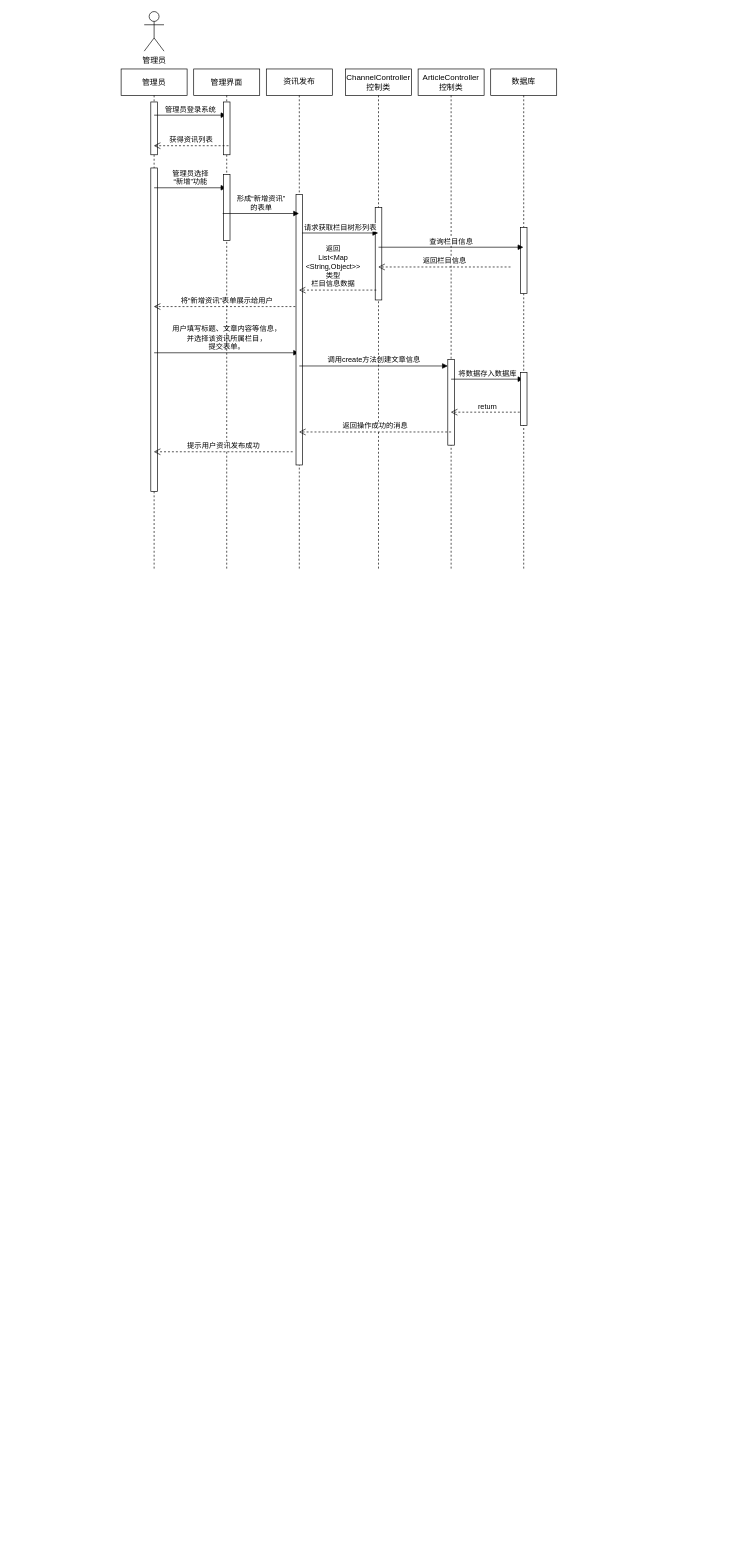
This is Untitled Diagram.drawio from nie1466410548/hello-world, a draw.io file, before an edit. Source tidied: cells renumbered, new cells numbered last; positions are measured from the earlier drawing's top-left corner, leaving out a move shared by most shapes. Both pictures are drawn from the tidied source at 66%, with x=0, y=0 at pixel (121, 11).
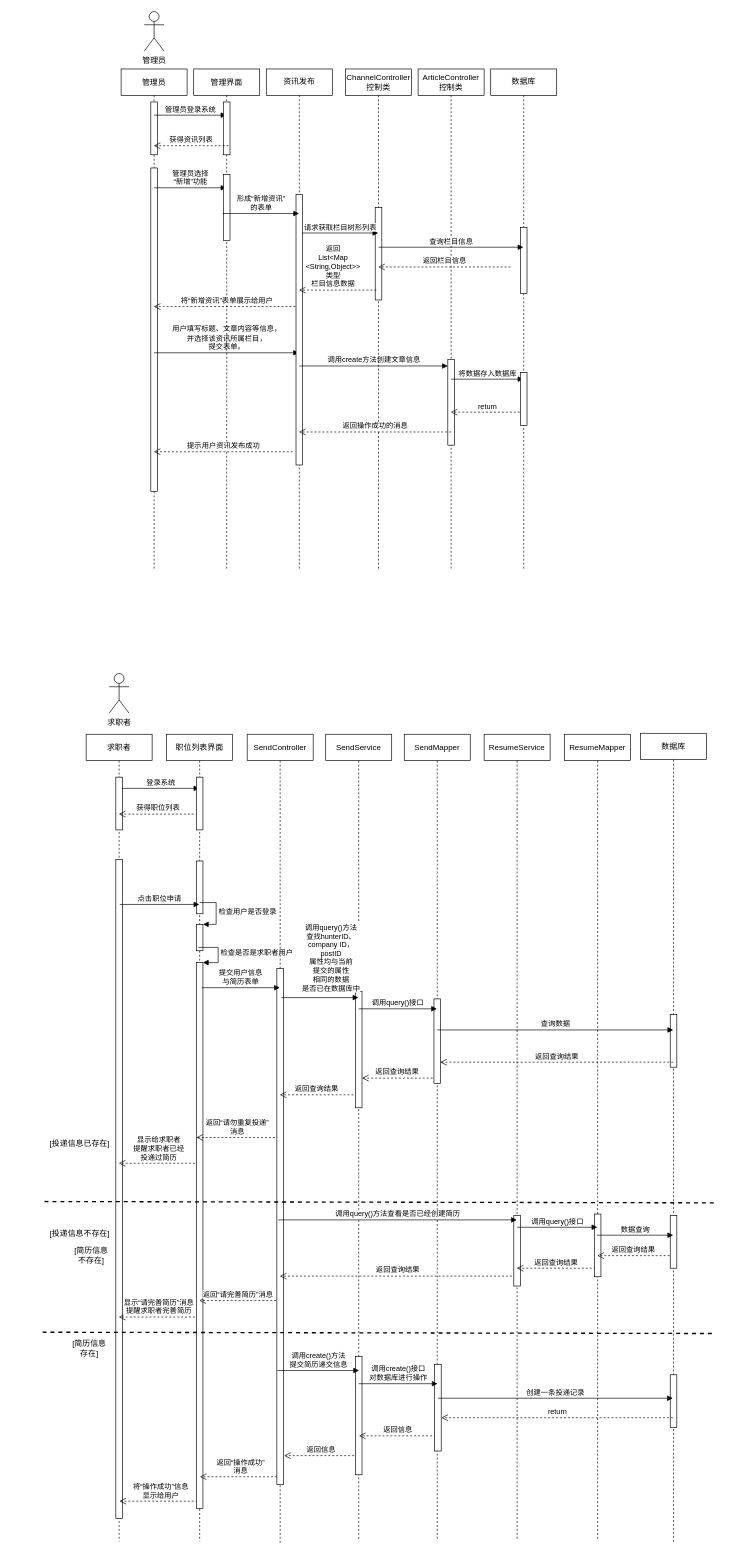
The same diagram, later.

What changed in the source:
```diff
@@
+    <mxCell id="33" value="求职者" style="shape=umlLifeline;perimeter=lifelinePerimeter;whiteSpace=wrap;html=1;outlineConnect=0;" parent="1" vertex="1">
+      <mxGeometry x="-53" y="1095" width="100" height="1223" as="geometry" />
+    </mxCell>
+    <mxCell id="34" style="html=1;perimeter=orthogonalPerimeter;" parent="33" vertex="1">
+      <mxGeometry x="45" y="65" width="10" height="80" as="geometry" />
+    </mxCell>
+    <mxCell id="35" value="登录系统" style="html=1;verticalAlign=bottom;endArrow=block;rounded=0;" parent="33" edge="1" target="43">
+      <mxGeometry relative="1" as="geometry">
+        <mxPoint x="54" y="82" as="sourcePoint" />
+      </mxGeometry>
+    </mxCell>
+    <mxCell id="36" value="获得职位列表" style="html=1;verticalAlign=bottom;endArrow=open;dashed=1;endSize=8;rounded=0;" parent="33" edge="1" target="33">
+      <mxGeometry relative="1" as="geometry">
+        <mxPoint x="169" y="121" as="sourcePoint" />
+      </mxGeometry>
+    </mxCell>
+    <mxCell id="37" style="html=1;points=[];perimeter=orthogonalPerimeter;" parent="33" vertex="1">
+      <mxGeometry x="45" y="190" width="10" height="998" as="geometry" />
+    </mxCell>
+    <mxCell id="38" value="显示给求职者&lt;br&gt;提醒求职者已经&lt;br&gt;投递过简历" style="html=1;verticalAlign=bottom;endArrow=open;dashed=1;endSize=8;rounded=0;strokeWidth=1;" parent="33" edge="1" target="33">
+      <mxGeometry relative="1" as="geometry">
+        <mxPoint x="171" y="650" as="sourcePoint" />
+      </mxGeometry>
+    </mxCell>
+    <mxCell id="39" value="[投递信息不存在]" style="text;html=1;strokeColor=none;fillColor=none;align=center;verticalAlign=middle;whiteSpace=wrap;rounded=0;" parent="33" vertex="1">
+      <mxGeometry x="-57" y="747" width="95" height="18" as="geometry" />
+    </mxCell>
+    <mxCell id="40" value="将“操作成功”信息&lt;br&gt;显示给用户" style="html=1;verticalAlign=bottom;endArrow=open;dashed=1;endSize=8;rounded=0;strokeWidth=1;" parent="33" edge="1">
+      <mxGeometry relative="1" as="geometry">
+        <mxPoint x="175" y="1162" as="sourcePoint" />
+        <mxPoint x="50.4" y="1162" as="targetPoint" />
+      </mxGeometry>
+    </mxCell>
+    <mxCell id="41" value="显示“请完善简历”消息&lt;br&gt;提醒求职者完善简历" style="html=1;verticalAlign=bottom;endArrow=open;dashed=1;endSize=8;rounded=0;strokeWidth=1;" parent="33" edge="1" target="33">
+      <mxGeometry relative="1" as="geometry">
+        <mxPoint x="171" y="883" as="sourcePoint" />
+      </mxGeometry>
+    </mxCell>
+    <mxCell id="42" value="[简历信息不存在]" style="text;html=1;strokeColor=none;fillColor=none;align=center;verticalAlign=middle;whiteSpace=wrap;rounded=0;" parent="33" vertex="1">
+      <mxGeometry x="-22" y="775" width="60" height="30" as="geometry" />
+    </mxCell>
+    <mxCell id="43" value="职位列表界面" style="shape=umlLifeline;perimeter=lifelinePerimeter;whiteSpace=wrap;html=1;outlineConnect=0;" parent="1" vertex="1">
+      <mxGeometry x="69" y="1095" width="100" height="1223" as="geometry" />
+    </mxCell>
+    <mxCell id="44" style="html=1;perimeter=orthogonalPerimeter;" parent="43" vertex="1">
+      <mxGeometry x="45" y="65" width="10" height="80" as="geometry" />
+    </mxCell>
+    <mxCell id="45" style="html=1;perimeter=orthogonalPerimeter;" parent="43" vertex="1">
+      <mxGeometry x="45" y="192" width="10" height="80" as="geometry" />
+    </mxCell>
+    <mxCell id="46" style="html=1;points=[];perimeter=orthogonalPerimeter;" parent="43" vertex="1">
+      <mxGeometry x="45" y="288" width="10" height="40" as="geometry" />
+    </mxCell>
+    <mxCell id="47" value="检查用户是否登录" style="edgeStyle=orthogonalEdgeStyle;html=1;align=left;spacingLeft=2;endArrow=block;rounded=0;entryX=1;entryY=0;" parent="43" edge="1" target="46">
+      <mxGeometry relative="1" as="geometry">
+        <mxPoint x="50" y="255" as="sourcePoint" />
+        <Array as="points">
+          <mxPoint x="75" y="255" />
+        </Array>
+      </mxGeometry>
+    </mxCell>
+    <mxCell id="48" style="html=1;points=[];perimeter=orthogonalPerimeter;" parent="43" vertex="1">
+      <mxGeometry x="45" y="346" width="10" height="827" as="geometry" />
+    </mxCell>
+    <mxCell id="49" value="检查是否是求职者用户" style="edgeStyle=orthogonalEdgeStyle;html=1;align=left;spacingLeft=2;endArrow=block;rounded=0;entryX=1;entryY=0;" parent="43" edge="1" target="48">
+      <mxGeometry relative="1" as="geometry">
+        <mxPoint x="48" y="323" as="sourcePoint" />
+        <Array as="points">
+          <mxPoint x="78" y="323" />
+        </Array>
+      </mxGeometry>
+    </mxCell>
+    <mxCell id="50" value="返回“请勿重复投递”&lt;br&gt;消息" style="html=1;verticalAlign=bottom;endArrow=open;dashed=1;endSize=8;rounded=0;strokeWidth=1;" parent="43" edge="1">
+      <mxGeometry relative="1" as="geometry">
+        <mxPoint x="170" y="611" as="sourcePoint" />
+        <mxPoint x="45" y="611" as="targetPoint" />
+      </mxGeometry>
+    </mxCell>
+    <mxCell id="51" value="返回“操作成功”&lt;br&gt;消息" style="html=1;verticalAlign=bottom;endArrow=open;dashed=1;endSize=8;rounded=0;strokeWidth=1;" parent="43" edge="1">
+      <mxGeometry relative="1" as="geometry">
+        <mxPoint x="173" y="1125" as="sourcePoint" />
+        <mxPoint x="50.4" y="1125" as="targetPoint" />
+      </mxGeometry>
+    </mxCell>
+    <mxCell id="52" value="SendController" style="shape=umlLifeline;perimeter=lifelinePerimeter;whiteSpace=wrap;html=1;outlineConnect=0;" parent="1" vertex="1">
+      <mxGeometry x="191" y="1095" width="100" height="1226" as="geometry" />
+    </mxCell>
+    <mxCell id="53" style="html=1;points=[];perimeter=orthogonalPerimeter;" parent="52" vertex="1">
+      <mxGeometry x="45" y="355" width="10" height="782" as="geometry" />
+    </mxCell>
+    <mxCell id="54" value="返回信息" style="html=1;verticalAlign=bottom;endArrow=open;dashed=1;endSize=8;rounded=0;strokeWidth=1;" parent="52" edge="1">
+      <mxGeometry relative="1" as="geometry">
+        <mxPoint x="168" y="1093" as="sourcePoint" />
+        <mxPoint x="56" y="1093" as="targetPoint" />
+      </mxGeometry>
+    </mxCell>
+    <mxCell id="55" value="求职者" style="shape=umlActor;verticalLabelPosition=bottom;verticalAlign=top;html=1;" parent="1" vertex="1">
+      <mxGeometry x="-18" y="1003" width="30" height="60" as="geometry" />
+    </mxCell>
+    <mxCell id="56" value="SendService" style="shape=umlLifeline;perimeter=lifelinePerimeter;whiteSpace=wrap;html=1;outlineConnect=0;" parent="1" vertex="1">
+      <mxGeometry x="310" y="1095" width="100" height="1221" as="geometry" />
+    </mxCell>
+    <mxCell id="57" style="html=1;points=[];perimeter=orthogonalPerimeter;" parent="56" vertex="1">
+      <mxGeometry x="45" y="390" width="10" height="176" as="geometry" />
+    </mxCell>
+    <mxCell id="58" value="返回查询结果" style="html=1;verticalAlign=bottom;endArrow=open;dashed=1;endSize=8;rounded=0;" parent="56" edge="1" target="57">
+      <mxGeometry relative="1" as="geometry">
+        <mxPoint x="162" y="521" as="sourcePoint" />
+      </mxGeometry>
+    </mxCell>
+    <mxCell id="59" style="html=1;perimeter=orthogonalPerimeter;" parent="56" vertex="1">
+      <mxGeometry x="45" y="943" width="10" height="179" as="geometry" />
+    </mxCell>
+    <mxCell id="60" value="返回信息" style="html=1;verticalAlign=bottom;endArrow=open;dashed=1;endSize=8;rounded=0;strokeWidth=1;" parent="56" edge="1">
+      <mxGeometry relative="1" as="geometry">
+        <mxPoint x="167" y="1063" as="sourcePoint" />
+        <mxPoint x="50.4" y="1063" as="targetPoint" />
+      </mxGeometry>
+    </mxCell>
+    <mxCell id="61" value="SendMapper" style="shape=umlLifeline;perimeter=lifelinePerimeter;whiteSpace=wrap;html=1;outlineConnect=0;" parent="1" vertex="1">
+      <mxGeometry x="429" y="1095" width="100" height="1222" as="geometry" />
+    </mxCell>
+    <mxCell id="62" style="html=1;points=[];perimeter=orthogonalPerimeter;" parent="61" vertex="1">
+      <mxGeometry x="45" y="401" width="10" height="128" as="geometry" />
+    </mxCell>
+    <mxCell id="63" style="html=1;points=[];perimeter=orthogonalPerimeter;" parent="61" vertex="1">
+      <mxGeometry x="46" y="955" width="10" height="131" as="geometry" />
+    </mxCell>
+    <mxCell id="64" value="返回查询结果" style="html=1;verticalAlign=bottom;endArrow=open;dashed=1;endSize=8;rounded=0;strokeWidth=1;" parent="61" edge="1" target="52">
+      <mxGeometry relative="1" as="geometry">
+        <mxPoint x="169" y="821" as="sourcePoint" />
+      </mxGeometry>
+    </mxCell>
+    <mxCell id="65" value="数据库" style="shape=umlLifeline;perimeter=lifelinePerimeter;whiteSpace=wrap;html=1;outlineConnect=0;" parent="1" vertex="1">
+      <mxGeometry x="787" y="1093.5" width="100" height="1226" as="geometry" />
+    </mxCell>
+    <mxCell id="66" style="html=1;perimeter=orthogonalPerimeter;" parent="65" vertex="1">
+      <mxGeometry x="45" y="426" width="10" height="80" as="geometry" />
+    </mxCell>
+    <mxCell id="67" style="html=1;perimeter=orthogonalPerimeter;" parent="65" vertex="1">
+      <mxGeometry x="45" y="972" width="10" height="80" as="geometry" />
+    </mxCell>
+    <mxCell id="68" style="html=1;perimeter=orthogonalPerimeter;" parent="65" vertex="1">
+      <mxGeometry x="45" y="730.5" width="10" height="80" as="geometry" />
+    </mxCell>
+    <mxCell id="69" style="endArrow=none;html=1;rounded=0;dashed=1;strokeWidth=2;" parent="65" edge="1">
+      <mxGeometry relative="1" as="geometry">
+        <mxPoint x="-906" y="907.5" as="sourcePoint" />
+        <mxPoint x="113" y="909.5" as="targetPoint" />
+      </mxGeometry>
+    </mxCell>
+    <mxCell id="70" style="html=1;align=left;verticalAlign=bottom;" parent="69" vertex="1">
+      <mxGeometry x="-1" relative="1" as="geometry">
+        <mxPoint x="-47" y="13" as="offset" />
+      </mxGeometry>
+    </mxCell>
+    <mxCell id="71" style="html=1;align=right;verticalAlign=bottom;" parent="69" vertex="1">
+      <mxGeometry x="1" relative="1" as="geometry" />
+    </mxCell>
+    <mxCell id="72" value="点击职位申请" style="html=1;verticalAlign=bottom;endArrow=block;rounded=0;exitX=0.6;exitY=0.068;exitDx=0;exitDy=0;exitPerimeter=0;" parent="1" edge="1" source="37" target="43">
+      <mxGeometry relative="1" as="geometry" />
+    </mxCell>
+    <mxCell id="73" value="提交用户信息&lt;br&gt;与简历表单" style="html=1;verticalAlign=bottom;endArrow=block;rounded=0;" parent="1" edge="1" target="52">
+      <mxGeometry relative="1" as="geometry">
+        <mxPoint x="122" y="1479" as="sourcePoint" />
+      </mxGeometry>
+    </mxCell>
+    <mxCell id="74" value="调用query()方法&lt;br&gt;查找hunterID、&lt;br&gt;company ID，&lt;br&gt;postID&lt;br&gt;属性均与当前&lt;br&gt;提交的属性&lt;br&gt;相同的数据&lt;br&gt;是否已在数据库中" style="html=1;verticalAlign=bottom;endArrow=block;rounded=0;" parent="1" edge="1" target="56">
+      <mxGeometry x="0.29" y="5" relative="1" as="geometry">
+        <mxPoint x="243" y="1494" as="sourcePoint" />
+      </mxGeometry>
+    </mxCell>
+    <mxCell id="75" value="调用query()接口" style="html=1;verticalAlign=bottom;endArrow=block;rounded=0;" parent="1" edge="1" target="61">
+      <mxGeometry relative="1" as="geometry">
+        <mxPoint x="360" y="1511" as="sourcePoint" />
+      </mxGeometry>
+    </mxCell>
+    <mxCell id="76" value="查询数据" style="html=1;verticalAlign=bottom;endArrow=block;rounded=0;" parent="1" edge="1" target="65">
+      <mxGeometry relative="1" as="geometry">
+        <mxPoint x="479" y="1543" as="sourcePoint" />
+      </mxGeometry>
+    </mxCell>
+    <mxCell id="77" value="返回查询结果" style="html=1;verticalAlign=bottom;endArrow=open;dashed=1;endSize=8;rounded=0;entryX=0.933;entryY=0.749;entryDx=0;entryDy=0;entryPerimeter=0;" parent="1" edge="1" source="65" target="62">
+      <mxGeometry relative="1" as="geometry" />
+    </mxCell>
+    <mxCell id="78" value="返回查询结果" style="html=1;verticalAlign=bottom;endArrow=open;dashed=1;endSize=8;rounded=0;exitX=-0.3;exitY=0.888;exitDx=0;exitDy=0;exitPerimeter=0;" parent="1" edge="1" source="57" target="52">
+      <mxGeometry relative="1" as="geometry" />
+    </mxCell>
+    <mxCell id="79" style="endArrow=none;html=1;rounded=0;dashed=1;strokeWidth=2;" parent="1" edge="1">
+      <mxGeometry relative="1" as="geometry">
+        <mxPoint x="-116" y="1803" as="sourcePoint" />
+        <mxPoint x="903" y="1805" as="targetPoint" />
+      </mxGeometry>
+    </mxCell>
+    <mxCell id="80" style="html=1;align=left;verticalAlign=bottom;" parent="79" vertex="1">
+      <mxGeometry x="-1" relative="1" as="geometry">
+        <mxPoint x="-47" y="13" as="offset" />
+      </mxGeometry>
+    </mxCell>
+    <mxCell id="81" style="html=1;align=right;verticalAlign=bottom;" parent="79" vertex="1">
+      <mxGeometry x="1" relative="1" as="geometry" />
+    </mxCell>
+    <mxCell id="82" value="[投递信息已存在]" style="text;html=1;strokeColor=none;fillColor=none;align=center;verticalAlign=middle;whiteSpace=wrap;rounded=0;" parent="1" vertex="1">
+      <mxGeometry x="-116" y="1712" width="107" height="7" as="geometry" />
+    </mxCell>
+    <mxCell id="83" value="调用create()方法&lt;br&gt;提交简历递交信息" style="html=1;verticalAlign=bottom;endArrow=block;rounded=0;strokeWidth=1;exitX=-0.023;exitY=0.683;exitDx=0;exitDy=0;exitPerimeter=0;" parent="1" edge="1">
+      <mxGeometry relative="1" as="geometry">
+        <mxPoint x="236.8" y="2059" as="sourcePoint" />
+        <mxPoint x="360.5" y="2059" as="targetPoint" />
+      </mxGeometry>
+    </mxCell>
+    <mxCell id="84" value="调用create()接口&lt;br&gt;对数据库进行操作" style="html=1;verticalAlign=bottom;endArrow=block;rounded=0;strokeWidth=1;" parent="1" edge="1">
+      <mxGeometry relative="1" as="geometry">
+        <mxPoint x="360" y="2079" as="sourcePoint" />
+        <mxPoint x="479.5" y="2079" as="targetPoint" />
+      </mxGeometry>
+    </mxCell>
+    <mxCell id="85" value="创建一条投递记录" style="html=1;verticalAlign=bottom;endArrow=block;rounded=0;strokeWidth=1;" parent="1" edge="1">
+      <mxGeometry relative="1" as="geometry">
+        <mxPoint x="480" y="2101" as="sourcePoint" />
+        <mxPoint x="836" y="2101" as="targetPoint" />
+      </mxGeometry>
+    </mxCell>
+    <mxCell id="86" value="ResumeService" style="shape=umlLifeline;perimeter=lifelinePerimeter;whiteSpace=wrap;html=1;outlineConnect=0;" parent="1" vertex="1">
+      <mxGeometry x="550" y="1095" width="100" height="1220" as="geometry" />
+    </mxCell>
+    <mxCell id="87" style="html=1;perimeter=orthogonalPerimeter;" parent="86" vertex="1">
+      <mxGeometry x="45" y="729" width="10" height="107" as="geometry" />
+    </mxCell>
+    <mxCell id="88" value="返回查询结果" style="html=1;verticalAlign=bottom;endArrow=open;dashed=1;endSize=8;rounded=0;strokeWidth=1;" parent="86" edge="1" target="86">
+      <mxGeometry relative="1" as="geometry">
+        <mxPoint x="169" y="809" as="sourcePoint" />
+      </mxGeometry>
+    </mxCell>
+    <mxCell id="89" value="ResumeMapper" style="shape=umlLifeline;perimeter=lifelinePerimeter;whiteSpace=wrap;html=1;outlineConnect=0;" parent="1" vertex="1">
+      <mxGeometry x="672" y="1095" width="100" height="1220" as="geometry" />
+    </mxCell>
+    <mxCell id="90" style="html=1;perimeter=orthogonalPerimeter;" parent="89" vertex="1">
+      <mxGeometry x="45" y="727" width="10" height="95" as="geometry" />
+    </mxCell>
+    <mxCell id="91" value="数据查询" style="html=1;verticalAlign=bottom;endArrow=block;rounded=0;strokeWidth=1;" parent="89" edge="1" target="65">
+      <mxGeometry relative="1" as="geometry">
+        <mxPoint x="49" y="759" as="sourcePoint" />
+      </mxGeometry>
+    </mxCell>
+    <mxCell id="92" value="返回查询结果" style="html=1;verticalAlign=bottom;endArrow=open;dashed=1;endSize=8;rounded=0;strokeWidth=1;" parent="89" edge="1" target="89">
+      <mxGeometry relative="1" as="geometry">
+        <mxPoint x="159" y="790" as="sourcePoint" />
+      </mxGeometry>
+    </mxCell>
+    <mxCell id="93" value="return" style="html=1;verticalAlign=bottom;endArrow=open;dashed=1;endSize=8;rounded=0;strokeWidth=1;entryX=1.019;entryY=0.615;entryDx=0;entryDy=0;entryPerimeter=0;" parent="1" edge="1" target="63">
+      <mxGeometry relative="1" as="geometry">
+        <mxPoint x="836" y="2130.6" as="sourcePoint" />
+      </mxGeometry>
+    </mxCell>
+    <mxCell id="94" value="调用query()方法查看是否已经创建简历" style="html=1;verticalAlign=bottom;endArrow=block;rounded=0;strokeWidth=1;exitX=0.211;exitY=0.487;exitDx=0;exitDy=0;exitPerimeter=0;" parent="1" edge="1" source="53" target="86">
+      <mxGeometry relative="1" as="geometry" />
+    </mxCell>
+    <mxCell id="95" value="调用query()接口" style="html=1;verticalAlign=bottom;endArrow=block;rounded=0;strokeWidth=1;" parent="1" edge="1" target="89">
+      <mxGeometry relative="1" as="geometry">
+        <mxPoint x="600" y="1842" as="sourcePoint" />
+      </mxGeometry>
+    </mxCell>
+    <mxCell id="96" value="返回“请完善简历”消息" style="html=1;verticalAlign=bottom;endArrow=open;dashed=1;endSize=8;rounded=0;strokeWidth=1;" parent="1" edge="1" target="43">
+      <mxGeometry relative="1" as="geometry">
+        <mxPoint x="235" y="1953" as="sourcePoint" />
+      </mxGeometry>
+    </mxCell>
+    <mxCell id="97" value="[简历信息存在]" style="text;html=1;strokeColor=none;fillColor=none;align=center;verticalAlign=middle;whiteSpace=wrap;rounded=0;" parent="1" vertex="1">
+      <mxGeometry x="-78" y="2011" width="60" height="30" as="geometry" />
+    </mxCell>
```
